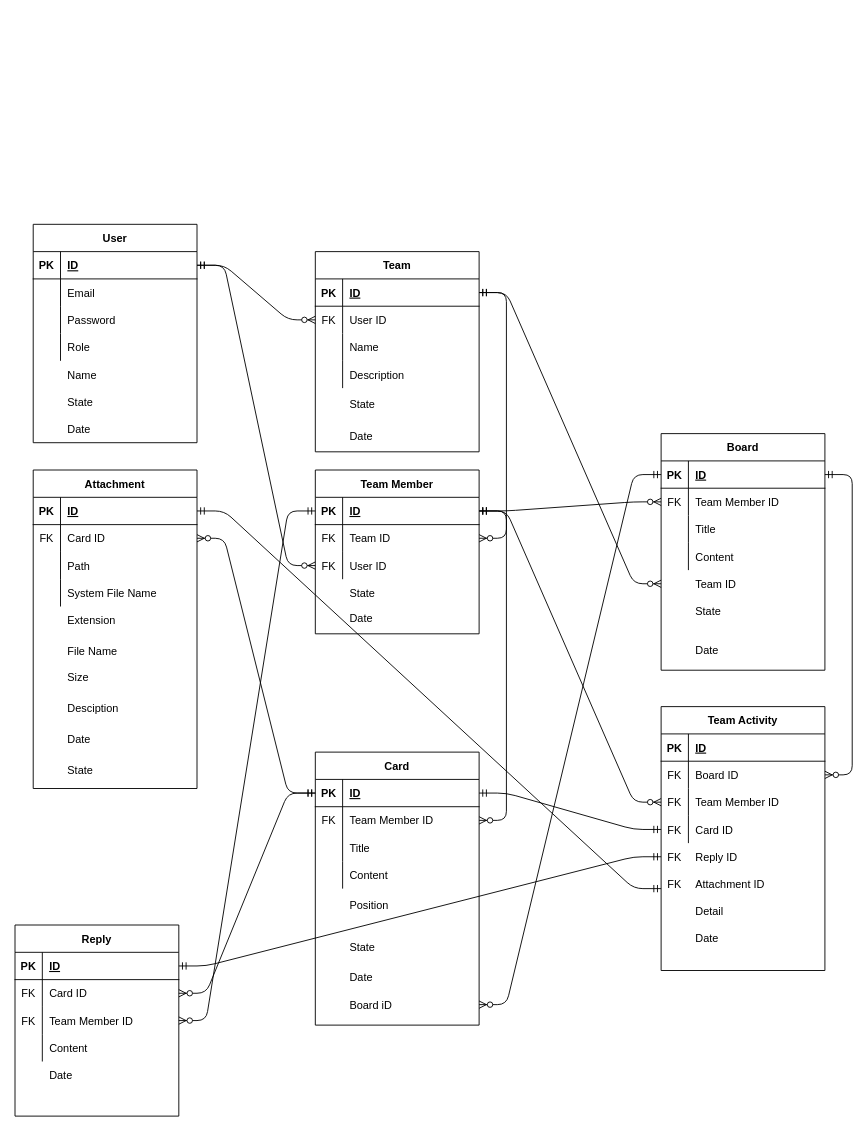
Earlier version of the draw.io diagram plan/Logical Diagram.drawio (donghyeon0725/slack_practice). Source tidied: cells renumbered, new cells numbered last; positions are measured from the earlier drawing's top-left corner, leaving out a move shared by most shapes. Both pictures are drawn from the tidied source at 91%, with x=0, y=0 at pixel (15, 224).
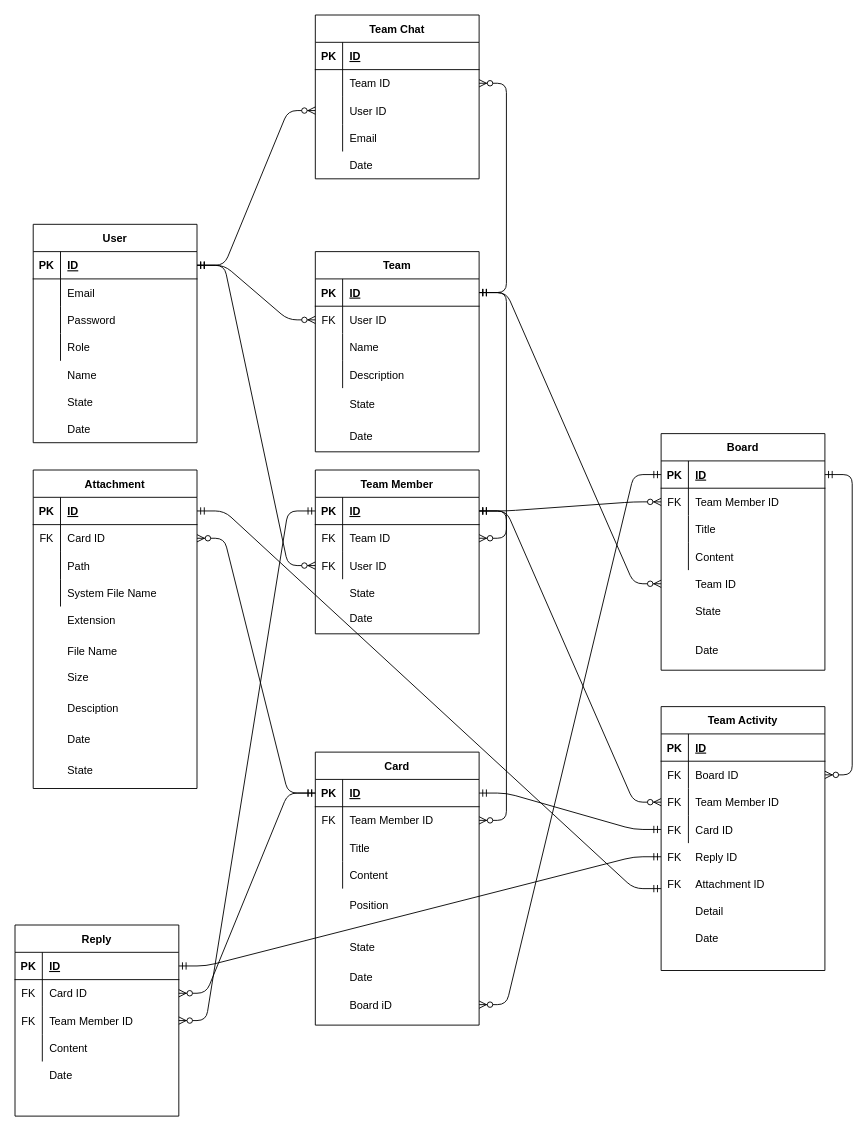
The same diagram, later.

Unchanged cells that the change refers to:
```xml
<mxCell id="62" style="shape=partialRectangle;fillColor=none;top=0;left=0;bottom=1;right=0;points=[[0,0.5],[1,0.5]];portConstraint=eastwest;" parent="61" vertex="1">
  <mxGeometry y="30" width="180" height="30" as="geometry" />
</mxCell>
<mxCell id="101" style="shape=partialRectangle;fillColor=none;top=0;left=0;bottom=1;right=0;points=[[0,0.5],[1,0.5]];portConstraint=eastwest;" parent="100" vertex="1">
  <mxGeometry y="30" width="180" height="30" as="geometry" />
</mxCell>
```

Diff of the diagram source:
```diff
@@
+    <mxCell id="222" style="group;" parent="1" vertex="1">
+      <mxGeometry x="330" y="-230" width="180" height="180" as="geometry" />
+    </mxCell>
+    <mxCell id="223" value="Team Chat" style="shape=table;startSize=30;childLayout=tableLayout;rowLines=0;fontStyle=1;align=center;" parent="222" vertex="1">
+      <mxGeometry width="180" height="180" as="geometry" />
+    </mxCell>
+    <mxCell id="224" style="shape=partialRectangle;fillColor=none;top=0;left=0;bottom=1;right=0;" parent="223" vertex="1">
+      <mxGeometry y="30" width="180" height="30" as="geometry" />
+    </mxCell>
+    <mxCell id="225" value="PK" style="shape=partialRectangle;fillColor=none;top=0;left=0;bottom=0;right=0;fontStyle=1;overflow=hidden;" parent="224" vertex="1">
+      <mxGeometry width="30" height="30" as="geometry" />
+    </mxCell>
+    <mxCell id="226" value="ID" style="shape=partialRectangle;fillColor=none;top=0;left=0;bottom=0;right=0;align=left;spacingLeft=6;fontStyle=5;overflow=hidden;" parent="224" vertex="1">
+      <mxGeometry x="30" width="150" height="30" as="geometry" />
+    </mxCell>
+    <mxCell id="227" style="shape=partialRectangle;fillColor=none;top=0;left=0;bottom=0;right=0;points=[[0,0.5],[1,0.5]];portConstraint=eastwest;" parent="223" vertex="1">
+      <mxGeometry y="60" width="180" height="30" as="geometry" />
+    </mxCell>
+    <mxCell id="228" style="shape=partialRectangle;fillColor=none;top=0;left=0;bottom=0;right=0;overflow=hidden;" parent="227" vertex="1">
+      <mxGeometry width="30" height="30" as="geometry" />
+    </mxCell>
+    <mxCell id="229" value="Team ID" style="shape=partialRectangle;fillColor=none;top=0;left=0;bottom=0;right=0;align=left;spacingLeft=6;overflow=hidden;" parent="227" vertex="1">
+      <mxGeometry x="30" width="150" height="30" as="geometry" />
+    </mxCell>
+    <mxCell id="230" style="shape=partialRectangle;fillColor=none;top=0;left=0;bottom=0;right=0;points=[[0,0.5],[1,0.5]];portConstraint=eastwest;" parent="223" vertex="1">
+      <mxGeometry y="90" width="180" height="30" as="geometry" />
+    </mxCell>
+    <mxCell id="231" style="shape=partialRectangle;fillColor=none;top=0;left=0;bottom=0;right=0;overflow=hidden;" parent="230" vertex="1">
+      <mxGeometry width="30" height="30" as="geometry" />
+    </mxCell>
+    <mxCell id="232" value="User ID" style="shape=partialRectangle;fillColor=none;top=0;left=0;bottom=0;right=0;align=left;spacingLeft=6;overflow=hidden;" parent="230" vertex="1">
+      <mxGeometry x="30" width="150" height="30" as="geometry" />
+    </mxCell>
+    <mxCell id="233" style="shape=partialRectangle;fillColor=none;top=0;left=0;bottom=0;right=0;" parent="223" vertex="1">
+      <mxGeometry y="120" width="180" height="30" as="geometry" />
+    </mxCell>
+    <mxCell id="234" style="shape=partialRectangle;fillColor=none;top=0;left=0;bottom=0;right=0;overflow=hidden;" parent="233" vertex="1">
+      <mxGeometry width="30" height="30" as="geometry" />
+    </mxCell>
+    <mxCell id="235" value="Email" style="shape=partialRectangle;fillColor=none;top=0;left=0;bottom=0;right=0;align=left;spacingLeft=6;overflow=hidden;" parent="233" vertex="1">
+      <mxGeometry x="30" width="150" height="30" as="geometry" />
+    </mxCell>
+    <mxCell id="236" style="shape=partialRectangle;fillColor=none;top=0;left=0;bottom=0;right=0;" parent="222" vertex="1">
+      <mxGeometry y="150" width="180" height="30" as="geometry" />
+    </mxCell>
+    <mxCell id="237" style="shape=partialRectangle;fillColor=none;top=0;left=0;bottom=0;right=0;overflow=hidden;" parent="236" vertex="1">
+      <mxGeometry width="30" height="30" as="geometry" />
+    </mxCell>
+    <mxCell id="238" value="Date" style="shape=partialRectangle;fillColor=none;top=0;left=0;bottom=0;right=0;align=left;spacingLeft=6;overflow=hidden;" parent="236" vertex="1">
+      <mxGeometry x="30" width="150" height="30" as="geometry" />
+    </mxCell>
+    <mxCell id="239" style="edgeStyle=entityRelationEdgeStyle;fontSize=12;html=1;endArrow=ERzeroToMany;startArrow=ERmandOne;exitX=1;exitY=0.5;exitDx=0;exitDy=0;entryX=0;entryY=0.5;entryDx=0;entryDy=0;" parent="1" edge="1" source="62" target="230">
+      <mxGeometry relative="1" as="geometry" />
+    </mxCell>
+    <mxCell id="240" style="edgeStyle=entityRelationEdgeStyle;fontSize=12;html=1;endArrow=ERzeroToMany;startArrow=ERmandOne;exitX=1;exitY=0.5;exitDx=0;exitDy=0;entryX=1;entryY=0.5;entryDx=0;entryDy=0;" parent="1" edge="1" source="101" target="227">
+      <mxGeometry relative="1" as="geometry" />
+    </mxCell>
```
